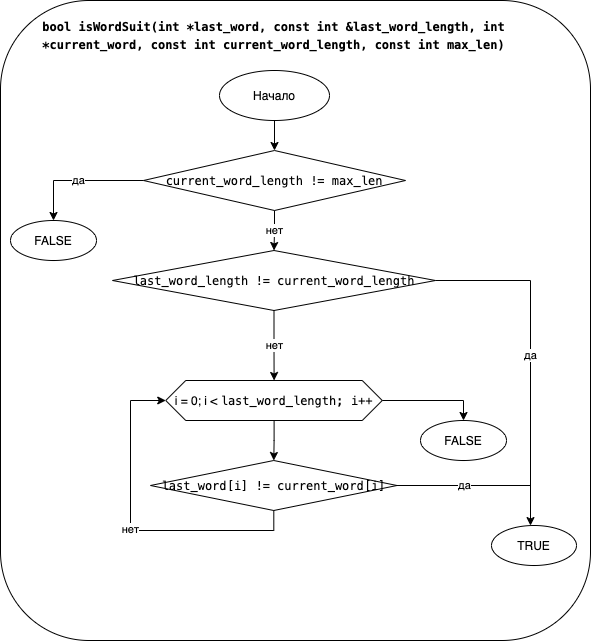
This is scheme/isWordSuit.png from qqq-Homeworks/HW-1-Programming-Basics, a draw.io export, as it was before one commit. Source tidied: cells renumbered, new cells last; positions are measured from the earlier drawing's top-left corner, leaving out a move shared by most shapes. The source it was exported from:
```xml
<mxGraphModel>
  <root>
    <mxCell id="0" />
    <mxCell id="1" parent="0" />
    <mxCell id="2" value="&lt;div style=&quot;font-family: &amp;quot;menlo&amp;quot; , &amp;quot;monaco&amp;quot; , &amp;quot;courier new&amp;quot; , monospace ; line-height: 18px&quot;&gt;&lt;font&gt;&lt;b&gt;bool isWordSuit(int *last_word, const int &amp;amp;last_word_length, int *current_word, const int current_word_length, const int max_len)&lt;/b&gt;&lt;/font&gt;&lt;/div&gt;" style="text;html=1;strokeColor=none;fillColor=none;align=center;verticalAlign=middle;whiteSpace=wrap;rounded=0;" parent="1" vertex="1">
      <mxGeometry x="32" width="483" height="70" as="geometry" />
    </mxCell>
    <mxCell id="3" style="rounded=1;whiteSpace=wrap;html=1;fillColor=none;" parent="1" vertex="1">
      <mxGeometry width="590" height="640" as="geometry" />
    </mxCell>
    <mxCell id="4" style="edgeStyle=orthogonalEdgeStyle;rounded=0;jettySize=auto;html=1;" parent="1" edge="1" source="5" target="8">
      <mxGeometry relative="1" as="geometry" />
    </mxCell>
    <mxCell id="5" value="Начало" style="ellipse;whiteSpace=wrap;html=1;fillColor=none;" parent="1" vertex="1">
      <mxGeometry x="219" y="70" width="110" height="50" as="geometry" />
    </mxCell>
    <mxCell id="6" value="да" style="edgeStyle=orthogonalEdgeStyle;rounded=0;jettySize=auto;html=1;" parent="1" edge="1" source="8" target="9">
      <mxGeometry relative="1" as="geometry" />
    </mxCell>
    <mxCell id="7" value="нет" style="edgeStyle=orthogonalEdgeStyle;rounded=0;jettySize=auto;html=1;" parent="1" edge="1" source="8" target="12">
      <mxGeometry relative="1" as="geometry" />
    </mxCell>
    <mxCell id="8" value="&lt;div style=&quot;font-family: menlo, monaco, &amp;quot;courier new&amp;quot;, monospace; line-height: 18px;&quot;&gt;current_word_length &lt;span style=&quot;&quot;&gt;!=&lt;/span&gt; max_len&lt;/div&gt;" style="rhombus;whiteSpace=wrap;html=1;fillColor=none;" parent="1" vertex="1">
      <mxGeometry x="143" y="150" width="262" height="60" as="geometry" />
    </mxCell>
    <mxCell id="9" value="FALSE" style="ellipse;whiteSpace=wrap;html=1;fillColor=none;" parent="1" vertex="1">
      <mxGeometry x="10" y="220" width="86" height="40" as="geometry" />
    </mxCell>
    <mxCell id="10" value="да" style="edgeStyle=orthogonalEdgeStyle;rounded=0;jettySize=auto;html=1;" parent="1" edge="1" source="12" target="13">
      <mxGeometry relative="1" as="geometry">
        <Array as="points">
          <mxPoint x="530" y="280" />
        </Array>
      </mxGeometry>
    </mxCell>
    <mxCell id="11" value="нет" style="edgeStyle=orthogonalEdgeStyle;rounded=0;jettySize=auto;html=1;" parent="1" edge="1" source="12" target="16">
      <mxGeometry relative="1" as="geometry" />
    </mxCell>
    <mxCell id="12" value="&lt;div style=&quot;font-family: menlo, monaco, &amp;quot;courier new&amp;quot;, monospace; line-height: 18px;&quot;&gt;last_word_length &lt;span style=&quot;&quot;&gt;!=&lt;/span&gt; current_word_length&lt;/div&gt;" style="rhombus;whiteSpace=wrap;html=1;fillColor=none;" parent="1" vertex="1">
      <mxGeometry x="112" y="250" width="323" height="60" as="geometry" />
    </mxCell>
    <mxCell id="13" value="TRUE" style="ellipse;whiteSpace=wrap;html=1;fillColor=none;" parent="1" vertex="1">
      <mxGeometry x="491" y="525" width="85" height="40" as="geometry" />
    </mxCell>
    <mxCell id="14" style="edgeStyle=orthogonalEdgeStyle;rounded=0;jettySize=auto;html=1;" parent="1" edge="1" source="16" target="19">
      <mxGeometry relative="1" as="geometry" />
    </mxCell>
    <mxCell id="15" style="edgeStyle=orthogonalEdgeStyle;rounded=0;jettySize=auto;html=1;endArrow=classic;endFill=1;" parent="1" edge="1" source="16" target="20">
      <mxGeometry relative="1" as="geometry">
        <Array as="points">
          <mxPoint x="463" y="400" />
        </Array>
      </mxGeometry>
    </mxCell>
    <mxCell id="16" value="i = 0; i &amp;lt;&amp;nbsp;&lt;span style=&quot;font-family: menlo, monaco, &amp;quot;courier new&amp;quot;, monospace;&quot;&gt;last_word_length&lt;/span&gt;&lt;span style=&quot;font-family: menlo, monaco, &amp;quot;courier new&amp;quot;, monospace;&quot;&gt;; &lt;/span&gt;&lt;span style=&quot;font-family: menlo, monaco, &amp;quot;courier new&amp;quot;, monospace;&quot;&gt;i&lt;/span&gt;&lt;span style=&quot;font-family: menlo, monaco, &amp;quot;courier new&amp;quot;, monospace;&quot;&gt;++&lt;/span&gt;" style="shape=hexagon;perimeter=hexagonPerimeter2;whiteSpace=wrap;html=1;fixedSize=1;fillColor=none;" parent="1" vertex="1">
      <mxGeometry x="165.2" y="380" width="216.5" height="40" as="geometry" />
    </mxCell>
    <mxCell id="17" value="да" style="edgeStyle=orthogonalEdgeStyle;rounded=0;jettySize=auto;html=1;endArrow=none;endFill=0;" parent="1" edge="1" source="19">
      <mxGeometry relative="1" as="geometry">
        <mxPoint x="530" y="485" as="targetPoint" />
      </mxGeometry>
    </mxCell>
    <mxCell id="18" value="нет" style="edgeStyle=orthogonalEdgeStyle;rounded=0;jettySize=auto;html=1;endArrow=classic;endFill=1;entryX=0;entryY=0.5;entryDx=0;entryDy=0;" parent="1" edge="1" source="19" target="16">
      <mxGeometry relative="1" as="geometry">
        <Array as="points">
          <mxPoint x="273" y="530" />
          <mxPoint x="130" y="530" />
          <mxPoint x="130" y="400" />
        </Array>
      </mxGeometry>
    </mxCell>
    <mxCell id="19" value="&lt;div style=&quot;font-family: menlo, monaco, &amp;quot;courier new&amp;quot;, monospace; line-height: 18px;&quot;&gt;&lt;span style=&quot;&quot;&gt;last_word&lt;/span&gt;[i] &lt;span style=&quot;&quot;&gt;!=&lt;/span&gt; &lt;span style=&quot;&quot;&gt;current_word&lt;/span&gt;[i]&lt;/div&gt;" style="rhombus;whiteSpace=wrap;html=1;fillColor=none;" parent="1" vertex="1">
      <mxGeometry x="150" y="460" width="246.5" height="50" as="geometry" />
    </mxCell>
    <mxCell id="20" value="FALSE" style="ellipse;whiteSpace=wrap;html=1;fillColor=none;" parent="1" vertex="1">
      <mxGeometry x="420" y="420" width="86" height="40" as="geometry" />
    </mxCell>
  </root>
</mxGraphModel>
```
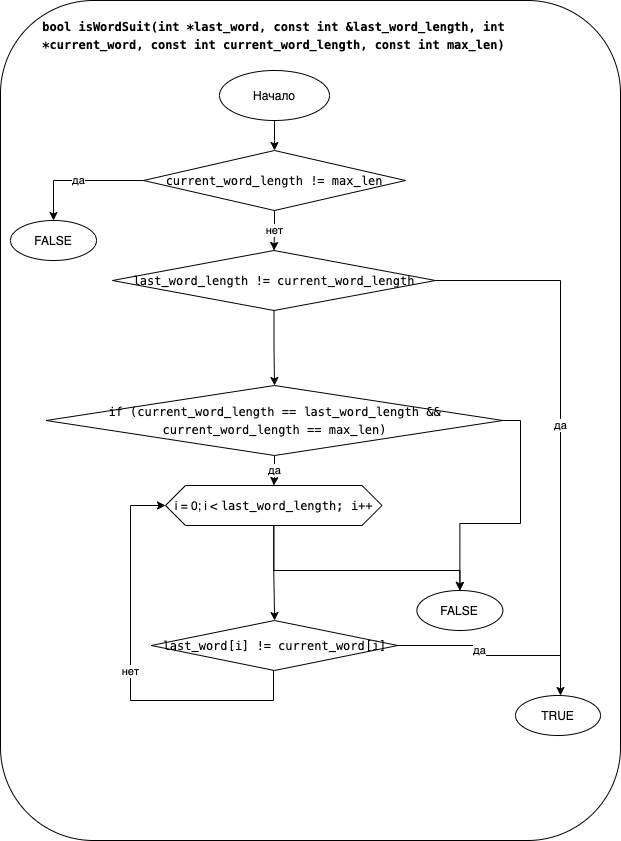
Above is the later version.

Diff of the diagram source:
```diff
@@ -6,7 +6,7 @@
       <mxGeometry x="32" width="483" height="70" as="geometry" />
     </mxCell>
     <mxCell id="3" style="rounded=1;whiteSpace=wrap;html=1;fillColor=none;" parent="1" vertex="1">
-      <mxGeometry width="590" height="640" as="geometry" />
+      <mxGeometry width="620" height="840" as="geometry" />
     </mxCell>
     <mxCell id="4" style="edgeStyle=orthogonalEdgeStyle;rounded=0;jettySize=auto;html=1;" parent="1" edge="1" source="5" target="8">
       <mxGeometry relative="1" as="geometry" />
@@ -29,51 +29,67 @@
     <mxCell id="10" value="да" style="edgeStyle=orthogonalEdgeStyle;rounded=0;jettySize=auto;html=1;" parent="1" edge="1" source="12" target="13">
       <mxGeometry relative="1" as="geometry">
         <Array as="points">
-          <mxPoint x="530" y="280" />
+          <mxPoint x="560" y="280" />
         </Array>
       </mxGeometry>
     </mxCell>
-    <mxCell id="11" value="нет" style="edgeStyle=orthogonalEdgeStyle;rounded=0;jettySize=auto;html=1;" parent="1" edge="1" source="12" target="16">
+    <mxCell id="11" style="edgeStyle=orthogonalEdgeStyle;rounded=0;jettySize=auto;html=1;entryX=0.5;entryY=0;entryDx=0;entryDy=0;" parent="1" edge="1" source="12" target="23">
       <mxGeometry relative="1" as="geometry" />
     </mxCell>
     <mxCell id="12" value="&lt;div style=&quot;font-family: menlo, monaco, &amp;quot;courier new&amp;quot;, monospace; line-height: 18px;&quot;&gt;last_word_length &lt;span style=&quot;&quot;&gt;!=&lt;/span&gt; current_word_length&lt;/div&gt;" style="rhombus;whiteSpace=wrap;html=1;fillColor=none;" parent="1" vertex="1">
       <mxGeometry x="112" y="250" width="323" height="60" as="geometry" />
     </mxCell>
     <mxCell id="13" value="TRUE" style="ellipse;whiteSpace=wrap;html=1;fillColor=none;" parent="1" vertex="1">
-      <mxGeometry x="491" y="525" width="85" height="40" as="geometry" />
+      <mxGeometry x="515" y="695" width="85" height="40" as="geometry" />
     </mxCell>
     <mxCell id="14" style="edgeStyle=orthogonalEdgeStyle;rounded=0;jettySize=auto;html=1;" parent="1" edge="1" source="16" target="19">
       <mxGeometry relative="1" as="geometry" />
     </mxCell>
-    <mxCell id="15" style="edgeStyle=orthogonalEdgeStyle;rounded=0;jettySize=auto;html=1;endArrow=classic;endFill=1;" parent="1" edge="1" source="16" target="20">
+    <mxCell id="15" style="edgeStyle=orthogonalEdgeStyle;rounded=0;jettySize=auto;html=1;endArrow=classic;endFill=1;entryX=0.5;entryY=0;entryDx=0;entryDy=0;" parent="1" edge="1" source="16" target="20">
       <mxGeometry relative="1" as="geometry">
         <Array as="points">
-          <mxPoint x="463" y="400" />
+          <mxPoint x="273" y="570" />
+          <mxPoint x="459" y="570" />
         </Array>
       </mxGeometry>
     </mxCell>
     <mxCell id="16" value="i = 0; i &amp;lt;&amp;nbsp;&lt;span style=&quot;font-family: menlo, monaco, &amp;quot;courier new&amp;quot;, monospace;&quot;&gt;last_word_length&lt;/span&gt;&lt;span style=&quot;font-family: menlo, monaco, &amp;quot;courier new&amp;quot;, monospace;&quot;&gt;; &lt;/span&gt;&lt;span style=&quot;font-family: menlo, monaco, &amp;quot;courier new&amp;quot;, monospace;&quot;&gt;i&lt;/span&gt;&lt;span style=&quot;font-family: menlo, monaco, &amp;quot;courier new&amp;quot;, monospace;&quot;&gt;++&lt;/span&gt;" style="shape=hexagon;perimeter=hexagonPerimeter2;whiteSpace=wrap;html=1;fixedSize=1;fillColor=none;" parent="1" vertex="1">
-      <mxGeometry x="165.2" y="380" width="216.5" height="40" as="geometry" />
+      <mxGeometry x="165" y="485" width="216.5" height="40" as="geometry" />
     </mxCell>
     <mxCell id="17" value="да" style="edgeStyle=orthogonalEdgeStyle;rounded=0;jettySize=auto;html=1;endArrow=none;endFill=0;" parent="1" edge="1" source="19">
       <mxGeometry relative="1" as="geometry">
-        <mxPoint x="530" y="485" as="targetPoint" />
+        <mxPoint x="560" y="655" as="targetPoint" />
       </mxGeometry>
     </mxCell>
     <mxCell id="18" value="нет" style="edgeStyle=orthogonalEdgeStyle;rounded=0;jettySize=auto;html=1;endArrow=classic;endFill=1;entryX=0;entryY=0.5;entryDx=0;entryDy=0;" parent="1" edge="1" source="19" target="16">
       <mxGeometry relative="1" as="geometry">
         <Array as="points">
-          <mxPoint x="273" y="530" />
-          <mxPoint x="130" y="530" />
-          <mxPoint x="130" y="400" />
+          <mxPoint x="273" y="700" />
+          <mxPoint x="130" y="700" />
+          <mxPoint x="130" y="505" />
         </Array>
       </mxGeometry>
     </mxCell>
     <mxCell id="19" value="&lt;div style=&quot;font-family: menlo, monaco, &amp;quot;courier new&amp;quot;, monospace; line-height: 18px;&quot;&gt;&lt;span style=&quot;&quot;&gt;last_word&lt;/span&gt;[i] &lt;span style=&quot;&quot;&gt;!=&lt;/span&gt; &lt;span style=&quot;&quot;&gt;current_word&lt;/span&gt;[i]&lt;/div&gt;" style="rhombus;whiteSpace=wrap;html=1;fillColor=none;" parent="1" vertex="1">
-      <mxGeometry x="150" y="460" width="246.5" height="50" as="geometry" />
+      <mxGeometry x="150.8" y="620" width="246.5" height="50" as="geometry" />
     </mxCell>
     <mxCell id="20" value="FALSE" style="ellipse;whiteSpace=wrap;html=1;fillColor=none;" parent="1" vertex="1">
-      <mxGeometry x="420" y="420" width="86" height="40" as="geometry" />
+      <mxGeometry x="416.4" y="590" width="86" height="40" as="geometry" />
     </mxCell>
+    <mxCell id="21" value="да" style="edgeStyle=orthogonalEdgeStyle;rounded=0;jettySize=auto;html=1;" parent="1" edge="1" source="23" target="16">
+      <mxGeometry relative="1" as="geometry" />
+    </mxCell>
+    <mxCell id="22" style="edgeStyle=orthogonalEdgeStyle;rounded=0;jettySize=auto;html=1;entryX=0.5;entryY=0;entryDx=0;entryDy=0;" parent="1" edge="1" source="23" target="20">
+      <mxGeometry relative="1" as="geometry">
+        <Array as="points">
+          <mxPoint x="520" y="420" />
+          <mxPoint x="520" y="523" />
+          <mxPoint x="459" y="523" />
+        </Array>
+      </mxGeometry>
+    </mxCell>
+    <mxCell id="23" value="&lt;meta charset=&quot;utf-8&quot;&gt;&lt;div style=&quot;font-family: menlo, monaco, &amp;quot;courier new&amp;quot;, monospace; font-weight: normal; font-size: 12px; line-height: 18px;&quot;&gt;&lt;div&gt;&lt;span style=&quot;&quot;&gt; &lt;/span&gt;&lt;span style=&quot;&quot;&gt;if&lt;/span&gt;&lt;span style=&quot;&quot;&gt; (&lt;/span&gt;&lt;span style=&quot;&quot;&gt;current_word_length&lt;/span&gt;&lt;span style=&quot;&quot;&gt; &lt;/span&gt;&lt;span style=&quot;&quot;&gt;==&lt;/span&gt;&lt;span style=&quot;&quot;&gt; &lt;/span&gt;&lt;span style=&quot;&quot;&gt;last_word_length&lt;/span&gt;&lt;span style=&quot;&quot;&gt; &lt;/span&gt;&lt;span style=&quot;&quot;&gt;&amp;amp;&amp;amp;&lt;/span&gt;&lt;span style=&quot;&quot;&gt; &lt;/span&gt;&lt;span style=&quot;&quot;&gt;current_word_length&lt;/span&gt;&lt;span style=&quot;&quot;&gt; &lt;/span&gt;&lt;span style=&quot;&quot;&gt;==&lt;/span&gt;&lt;span style=&quot;&quot;&gt; &lt;/span&gt;&lt;span style=&quot;&quot;&gt;max_len&lt;/span&gt;&lt;span style=&quot;&quot;&gt;)&lt;/span&gt;&lt;/div&gt;&lt;/div&gt;" style="rhombus;whiteSpace=wrap;html=1;" parent="1" vertex="1">
+      <mxGeometry x="45.6" y="385" width="456.8" height="70" as="geometry" />
+    </mxCell>
   </root>
 </mxGraphModel>
```
